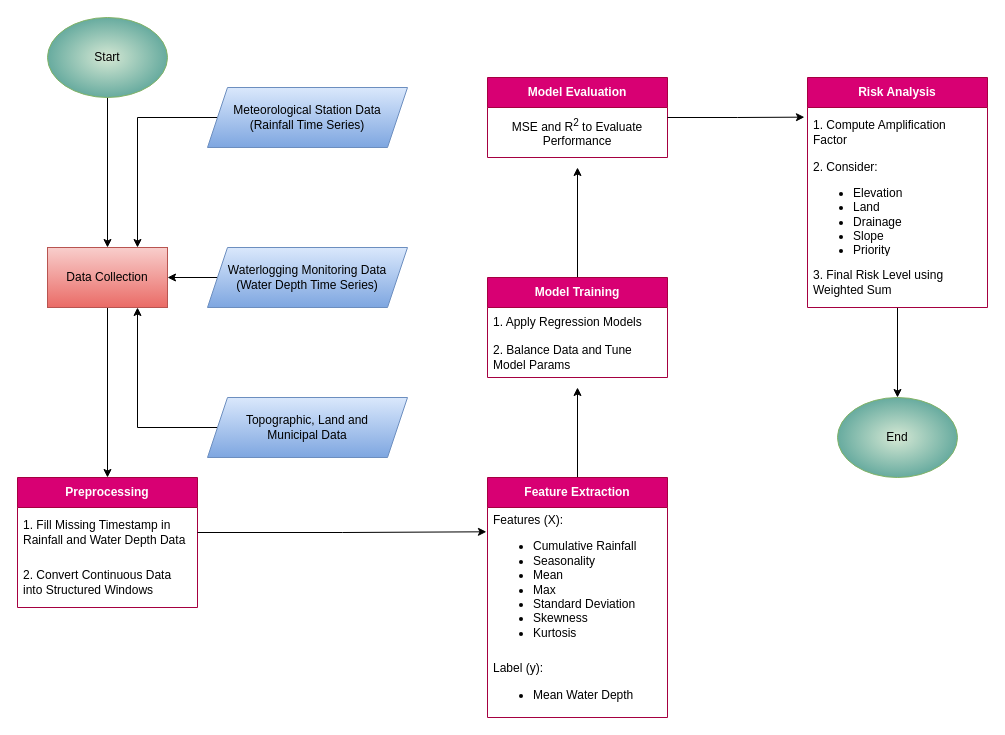
prithu-anan/AI-Hackathon keeps this draw.io diagram as Untitled Diagram.drawio. Above is the earlier version. Source tidied: cells renumbered, new cells numbered last; positions are measured from the earlier drawing's top-left corner, leaving out a move shared by most shapes. Both pictures are drawn from the tidied source at 100%, with x=0, y=0 at pixel (17, 17).
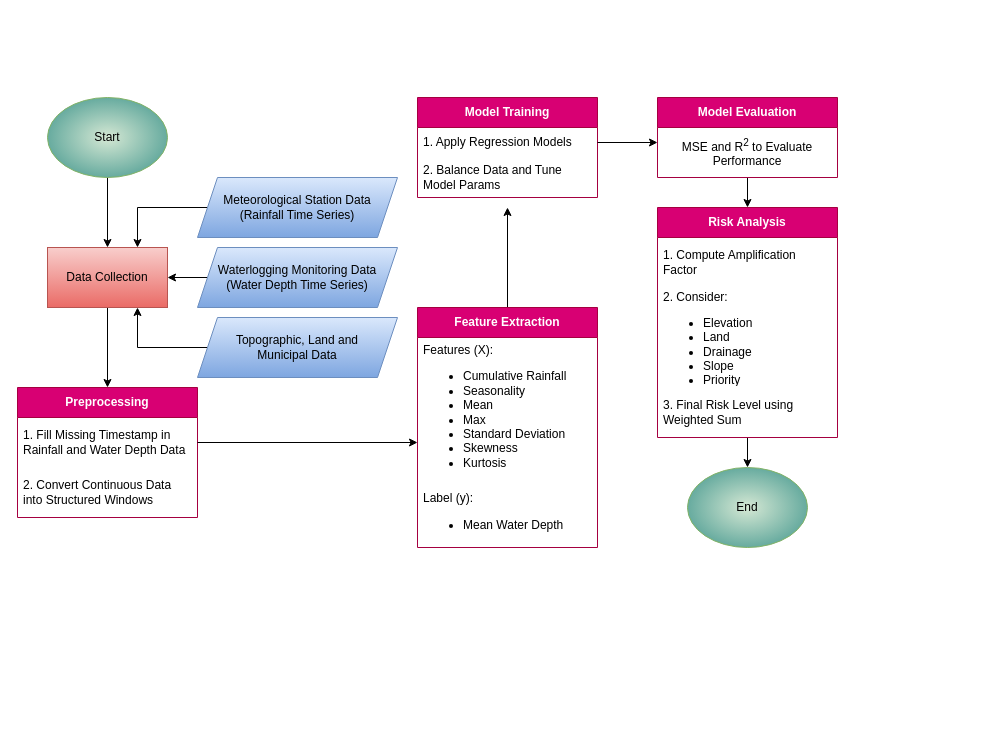
Above is the later version.

Unchanged cells that the change refers to:
```xml
<mxCell id="14" value="1. Fill Missing Timestamp in Rainfall and Water Depth Data" style="text;strokeColor=none;fillColor=none;align=left;verticalAlign=middle;spacingLeft=4;spacingRight=4;overflow=hidden;points=[[0,0.5],[1,0.5]];portConstraint=eastwest;whiteSpace=wrap;html=1;" parent="13" vertex="1">
  <mxGeometry y="30" width="180" height="50" as="geometry" />
</mxCell>
<mxCell id="18" value="Features (X):&lt;div&gt;&lt;ul&gt;&lt;li&gt;Cumulative Rainfall&lt;/li&gt;&lt;li&gt;Seasonality&lt;/li&gt;&lt;li&gt;Mean&lt;/li&gt;&lt;li&gt;Max&lt;/li&gt;&lt;li&gt;Standard Deviation&lt;/li&gt;&lt;li&gt;Skewness&lt;/li&gt;&lt;li&gt;Kurtosis&lt;/li&gt;&lt;/ul&gt;&lt;/div&gt;" style="text;strokeColor=none;fillColor=none;align=left;verticalAlign=middle;spacingLeft=4;spacingRight=4;overflow=hidden;points=[[0,0.5],[1,0.5]];portConstraint=eastwest;whiteSpace=wrap;html=1;" parent="17" vertex="1">
  <mxGeometry y="30" width="180" height="150" as="geometry" />
</mxCell>
<mxCell id="22" value="1. Apply Regression Models" style="text;strokeColor=none;fillColor=none;align=left;verticalAlign=middle;spacingLeft=4;spacingRight=4;overflow=hidden;points=[[0,0.5],[1,0.5]];portConstraint=eastwest;whiteSpace=wrap;html=1;" parent="21" vertex="1">
  <mxGeometry y="30" width="180" height="30" as="geometry" />
</mxCell>
<mxCell id="25" value="MSE and R&lt;sup&gt;2&lt;/sup&gt;&amp;nbsp;to Evaluate Performance" style="text;strokeColor=none;fillColor=none;align=center;verticalAlign=middle;spacingLeft=4;spacingRight=4;overflow=hidden;points=[[0,0.5],[1,0.5]];portConstraint=eastwest;whiteSpace=wrap;html=1;" parent="24" vertex="1">
  <mxGeometry y="30" width="180" height="50" as="geometry" />
</mxCell>
<mxCell id="28" value="1. Compute Amplification Factor" style="text;strokeColor=none;fillColor=none;align=left;verticalAlign=middle;spacingLeft=4;spacingRight=4;overflow=hidden;points=[[0,0.5],[1,0.5]];portConstraint=eastwest;whiteSpace=wrap;html=1;" parent="27" vertex="1">
  <mxGeometry y="30" width="180" height="50" as="geometry" />
</mxCell>
```

The edit, as a diff of the source:
```diff
@@
     <mxCell id="3" value="Start" style="ellipse;whiteSpace=wrap;html=1;fillColor=#d5e8d4;strokeColor=#82b366;gradientColor=#67AB9F;gradientDirection=radial;" parent="1" vertex="1">
-      <mxGeometry x="30" width="120" height="80" as="geometry" />
+      <mxGeometry x="30" y="80" width="120" height="80" as="geometry" />
     </mxCell>
     <mxCell id="4" value="End" style="ellipse;whiteSpace=wrap;html=1;fillColor=#d5e8d4;strokeColor=#82b366;gradientColor=#67AB9F;gradientDirection=radial;" parent="1" vertex="1">
-      <mxGeometry x="820" y="380" width="120" height="80" as="geometry" />
+      <mxGeometry x="670" y="450" width="120" height="80" as="geometry" />
     </mxCell>
@@
     <mxCell id="8" value="Meteorological Station Data&lt;br&gt;(Rainfall Time Series)" style="shape=parallelogram;perimeter=parallelogramPerimeter;whiteSpace=wrap;html=1;fixedSize=1;fillColor=#dae8fc;strokeColor=#6c8ebf;gradientColor=#7EA6E0;gradientDirection=south;" parent="1" vertex="1">
-      <mxGeometry x="190" y="70" width="200" height="60" as="geometry" />
+      <mxGeometry x="180" y="160" width="200" height="60" as="geometry" />
     </mxCell>
@@
     <mxCell id="10" value="Waterlogging Monitoring Data&lt;br&gt;(Water Depth Time Series)" style="shape=parallelogram;perimeter=parallelogramPerimeter;whiteSpace=wrap;html=1;fixedSize=1;fillColor=#dae8fc;strokeColor=#6c8ebf;gradientColor=#7EA6E0;" parent="1" vertex="1">
-      <mxGeometry x="190" y="230" width="200" height="60" as="geometry" />
+      <mxGeometry x="180" y="230" width="200" height="60" as="geometry" />
     </mxCell>
@@
     <mxCell id="12" value="Topographic, Land and&lt;br&gt;Municipal Data" style="shape=parallelogram;perimeter=parallelogramPerimeter;whiteSpace=wrap;html=1;fixedSize=1;fillColor=#dae8fc;strokeColor=#6c8ebf;gradientColor=#7EA6E0;" parent="1" vertex="1">
-      <mxGeometry x="190" y="380" width="200" height="60" as="geometry" />
+      <mxGeometry x="180" y="300" width="200" height="60" as="geometry" />
     </mxCell>
     <mxCell id="13" value="&lt;b&gt;Preprocessing&lt;/b&gt;" style="swimlane;fontStyle=0;horizontal=1;startSize=30;whiteSpace=wrap;html=1;glass=0;fillColor=#d80073;strokeColor=#A50040;fontColor=#ffffff;" parent="1" vertex="1">
-      <mxGeometry y="460" width="180" height="130" as="geometry" />
+      <mxGeometry y="370" width="180" height="130" as="geometry" />
     </mxCell>
@@
-    <mxCell id="16" style="edgeStyle=orthogonalEdgeStyle;rounded=0;jettySize=auto;html=1;" parent="1" edge="1" source="17">
-      <mxGeometry relative="1" as="geometry">
-        <mxPoint x="560" y="370" as="targetPoint" />
-      </mxGeometry>
-    </mxCell>
+    <mxCell id="33" style="edgeStyle=orthogonalEdgeStyle;rounded=0;jettySize=auto;html=1;" parent="1" edge="1" source="17">
+      <mxGeometry relative="1" as="geometry">
+        <mxPoint x="490" y="190" as="targetPoint" />
+      </mxGeometry>
+    </mxCell>
     <mxCell id="17" value="&lt;b&gt;Feature Extraction&lt;/b&gt;" style="swimlane;fontStyle=0;horizontal=1;startSize=30;whiteSpace=wrap;html=1;fillColor=#d80073;fontColor=#ffffff;strokeColor=#A50040;" parent="1" vertex="1">
-      <mxGeometry x="470" y="460" width="180" height="240" as="geometry" />
+      <mxGeometry x="400" y="290" width="180" height="240" as="geometry" />
     </mxCell>
@@
-    <mxCell id="20" style="edgeStyle=orthogonalEdgeStyle;rounded=0;jettySize=auto;html=1;" parent="1" edge="1" source="21">
-      <mxGeometry relative="1" as="geometry">
-        <mxPoint x="560" y="150" as="targetPoint" />
-      </mxGeometry>
-    </mxCell>
     <mxCell id="21" value="&lt;b&gt;Model Training&lt;/b&gt;" style="swimlane;fontStyle=0;horizontal=1;startSize=30;whiteSpace=wrap;html=1;glass=0;fillColor=#d80073;fontColor=#ffffff;strokeColor=#A50040;" parent="1" vertex="1">
-      <mxGeometry x="470" y="260" width="180" height="100" as="geometry" />
+      <mxGeometry x="400" y="80" width="180" height="100" as="geometry" />
     </mxCell>
@@
+    <mxCell id="34" style="edgeStyle=orthogonalEdgeStyle;rounded=0;jettySize=auto;html=1;entryX=0.5;entryY=0;entryDx=0;entryDy=0;" parent="1" edge="1" source="24" target="27">
+      <mxGeometry relative="1" as="geometry" />
+    </mxCell>
     <mxCell id="24" value="&lt;b&gt;Model Evaluation&lt;/b&gt;" style="swimlane;fontStyle=0;horizontal=1;startSize=30;whiteSpace=wrap;html=1;glass=0;fillColor=#d80073;fontColor=#ffffff;strokeColor=#A50040;" parent="1" vertex="1">
-      <mxGeometry x="470" y="60" width="180" height="80" as="geometry" />
+      <mxGeometry x="640" y="80" width="180" height="80" as="geometry" />
     </mxCell>
@@
     <mxCell id="27" value="&lt;b&gt;Risk Analysis&lt;/b&gt;" style="swimlane;fontStyle=0;horizontal=1;startSize=30;whiteSpace=wrap;html=1;glass=0;fillColor=#d80073;fontColor=#ffffff;strokeColor=#A50040;" parent="1" vertex="1">
-      <mxGeometry x="790" y="60" width="180" height="230" as="geometry" />
+      <mxGeometry x="640" y="190" width="180" height="230" as="geometry" />
     </mxCell>
@@
-    <mxCell id="31" style="edgeStyle=orthogonalEdgeStyle;rounded=0;jettySize=auto;html=1;entryX=-0.006;entryY=0.162;entryDx=0;entryDy=0;entryPerimeter=0;" parent="1" edge="1" source="14" target="18">
+    <mxCell id="31" style="edgeStyle=orthogonalEdgeStyle;rounded=0;jettySize=auto;html=1;entryX=0;entryY=0.7;entryDx=0;entryDy=0;entryPerimeter=0;" parent="1" edge="1" source="14" target="18">
       <mxGeometry relative="1" as="geometry" />
     </mxCell>
-    <mxCell id="32" style="edgeStyle=orthogonalEdgeStyle;rounded=0;jettySize=auto;html=1;entryX=-0.017;entryY=0.193;entryDx=0;entryDy=0;entryPerimeter=0;" parent="1" edge="1" source="24" target="28">
-      <mxGeometry relative="1" as="geometry" />
-    </mxCell>
+    <mxCell id="35" style="edgeStyle=orthogonalEdgeStyle;rounded=0;jettySize=auto;html=1;entryX=0;entryY=0.3;entryDx=0;entryDy=0;entryPerimeter=0;" parent="1" edge="1" source="22" target="25">
+      <mxGeometry relative="1" as="geometry" />
+    </mxCell>
```
